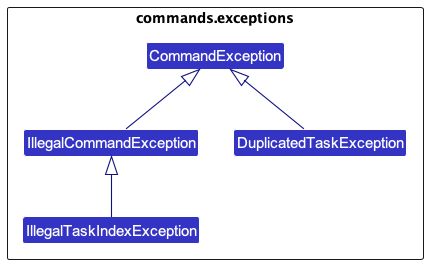
Earlier version of the PlantUML export docs/images/exceptions/CommandExceptionDiagram.png (seantehds/tp). The source it was exported from:
```plantuml
@startuml
!include ../style.puml
skinparam arrowThickness 1.1
skinparam arrowColor LOGIC_COLOR_T4
skinparam classBackgroundColor LOGIC_COLOR

package commands.exceptions as CommandExceptions;{
    class CommandException
    class DuplicatedTaskException
    class IllegalCommandException
    class IllegalTaskIndexException

    DuplicatedTaskException -up-|> CommandException
    IllegalCommandException -up-|> CommandException
    IllegalTaskIndexException -up-|> IllegalCommandException

    hide members
}
@enduml
```
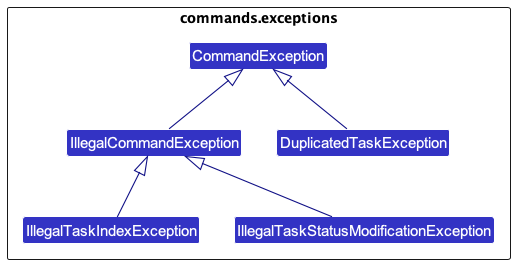
The same diagram one commit later.

What changed in the source:
```diff
@@ -9,10 +9,12 @@
     class DuplicatedTaskException
     class IllegalCommandException
     class IllegalTaskIndexException
+    class IllegalTaskStatusModificationException
 
     DuplicatedTaskException -up-|> CommandException
     IllegalCommandException -up-|> CommandException
     IllegalTaskIndexException -up-|> IllegalCommandException
+    IllegalTaskStatusModificationException -up-|>IllegalCommandException
 
     hide members
 }
```
